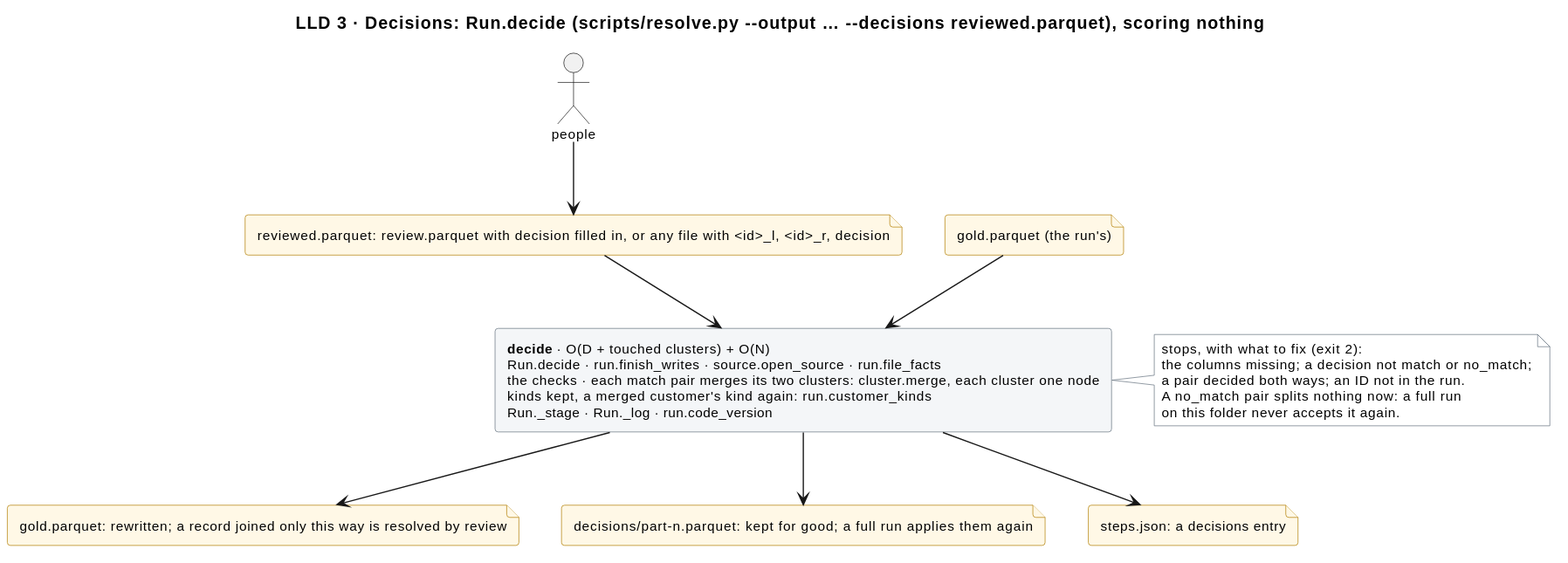
Before: docs/diagrams/decisions.svg, a diagram exported from PlantUML (mvsbm/entity_matching).
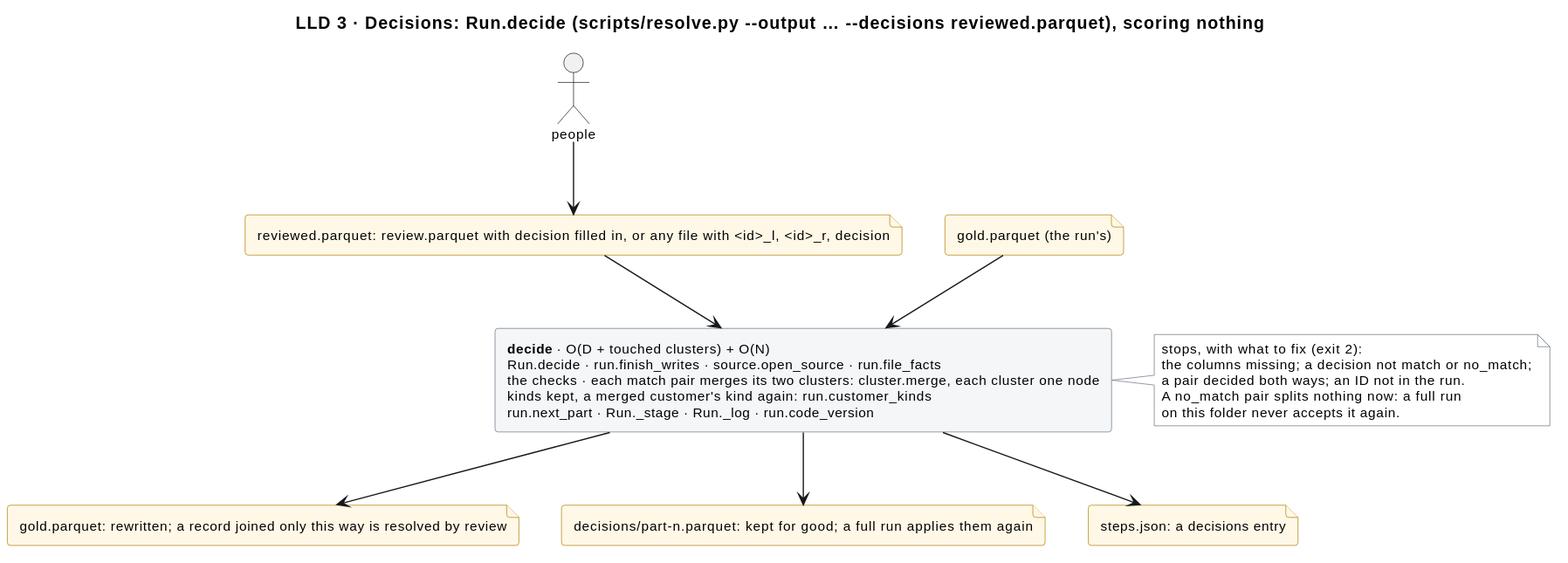
Later version of the same file.

What changed in the source:
```diff
@@ -18,7 +18,7 @@
 file "reviewed.parquet: review.parquet with decision filled in, or any file with <id>_l, <id>_r, decision" as f_decided
 file "gold.parquet (the run's)" as f_gold_in
 
-rectangle "<b>decide</b> · O(D + touched clusters) + O(N)\nRun.decide · run.finish_writes · source.open_source · run.file_facts\nthe checks · each match pair merges its two clusters: cluster.merge, each cluster one node\nkinds kept, a merged customer's kind again: run.customer_kinds\nRun._stage · Run._log · run.code_version" as decide
+rectangle "<b>decide</b> · O(D + touched clusters) + O(N)\nRun.decide · run.finish_writes · source.open_source · run.file_facts\nthe checks · each match pair merges its two clusters: cluster.merge, each cluster one node\nkinds kept, a merged customer's kind again: run.customer_kinds\nrun.next_part · Run._stage · Run._log · run.code_version" as decide
 
 note right of decide
   stops, with what to fix (exit 2):
```
